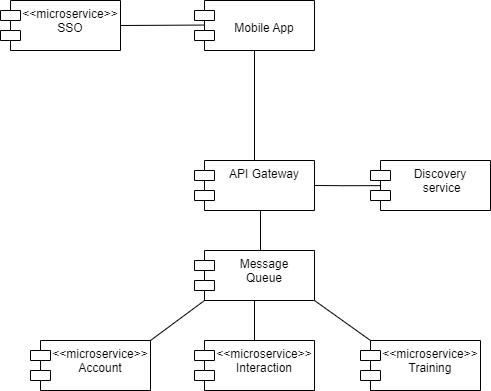
Above: Компоненты_с_минимальной_инфраструктурой.png in Kremen-SY/D (draw.io), before the change. Source tidied: cells renumbered, new cells last; positions are measured from the earlier drawing's top-left corner, leaving out a move shared by most shapes.
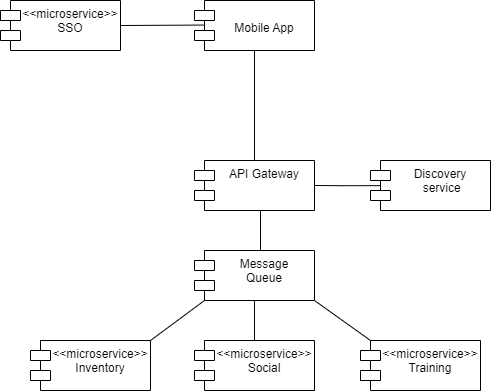
The same file after the commit.

Change to the diagram source:
```diff
@@ -2,7 +2,7 @@
   <root>
     <mxCell id="0" />
     <mxCell id="1" parent="0" />
-    <mxCell id="2" value="&lt;&lt;microservice&gt;&gt;&#10;Interaction" style="shape=module;align=left;spacingLeft=20;align=center;verticalAlign=top;" parent="1" vertex="1">
+    <mxCell id="2" value="&lt;&lt;microservice&gt;&gt;&#10;Social" style="shape=module;align=left;spacingLeft=20;align=center;verticalAlign=top;" parent="1" vertex="1">
       <mxGeometry x="194" y="340" width="120" height="50" as="geometry" />
     </mxCell>
     <mxCell id="3" value="&lt;&lt;microservice&gt;&gt;&#10;SSO" style="shape=module;align=left;spacingLeft=20;align=center;verticalAlign=top;" parent="1" vertex="1">
@@ -11,7 +11,7 @@
     <mxCell id="4" value="&lt;&lt;microservice&gt;&gt;&#10;Training" style="shape=module;align=left;spacingLeft=20;align=center;verticalAlign=top;" parent="1" vertex="1">
       <mxGeometry x="360" y="340" width="120" height="50" as="geometry" />
     </mxCell>
-    <mxCell id="5" value="&lt;&lt;microservice&gt;&gt;&#10;Account" style="shape=module;align=left;spacingLeft=20;align=center;verticalAlign=top;" parent="1" vertex="1">
+    <mxCell id="5" value="&lt;&lt;microservice&gt;&gt;&#10;Inventory" style="shape=module;align=left;spacingLeft=20;align=center;verticalAlign=top;" parent="1" vertex="1">
       <mxGeometry x="30" y="340" width="120" height="50" as="geometry" />
     </mxCell>
     <mxCell id="6" value="&#10;Mobile App" style="shape=module;align=left;spacingLeft=20;align=center;verticalAlign=top;" parent="1" vertex="1">
```
